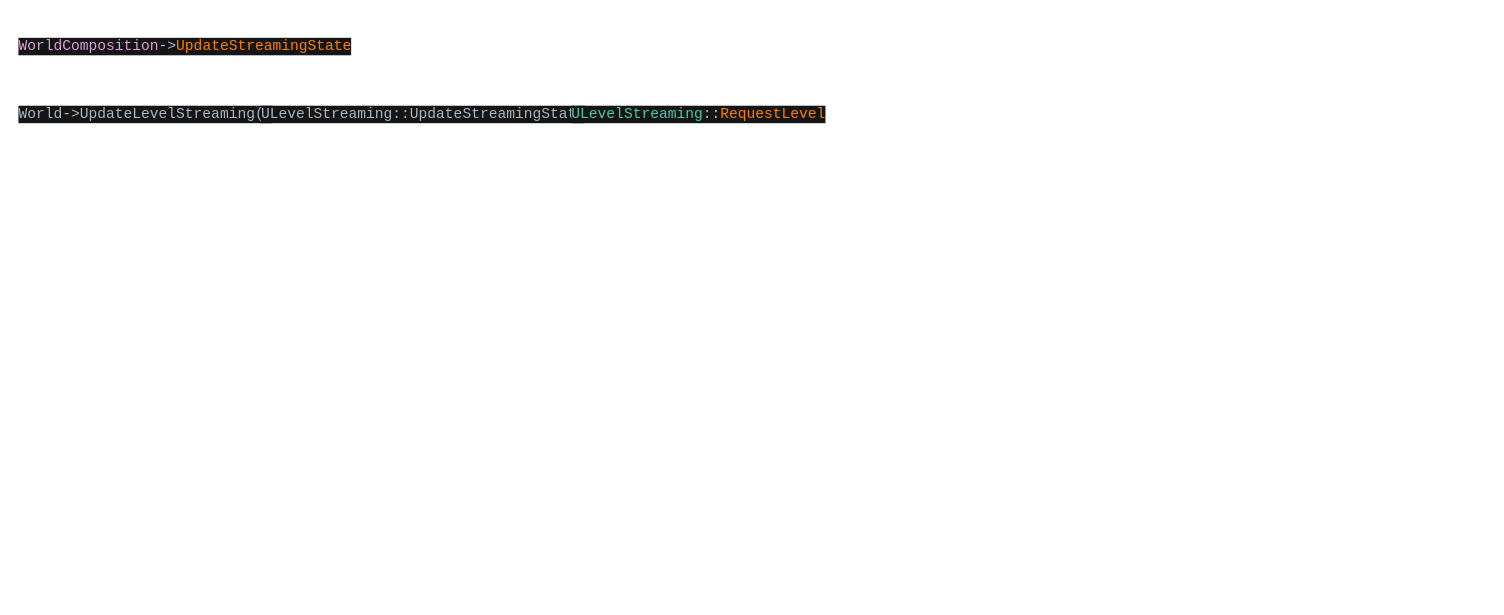
Earlier version of the draw.io diagram page "LevelStreaming" (2 of 3) of EngineLoop.drawio (stellarnull/drawio). Source tidied: cells renumbered, new cells numbered last; positions are measured from the earlier drawing's top-left corner, leaving out a move shared by most shapes. Both pictures are drawn from the tidied source at 97%, with x=0, y=0 at pixel (16, 16).
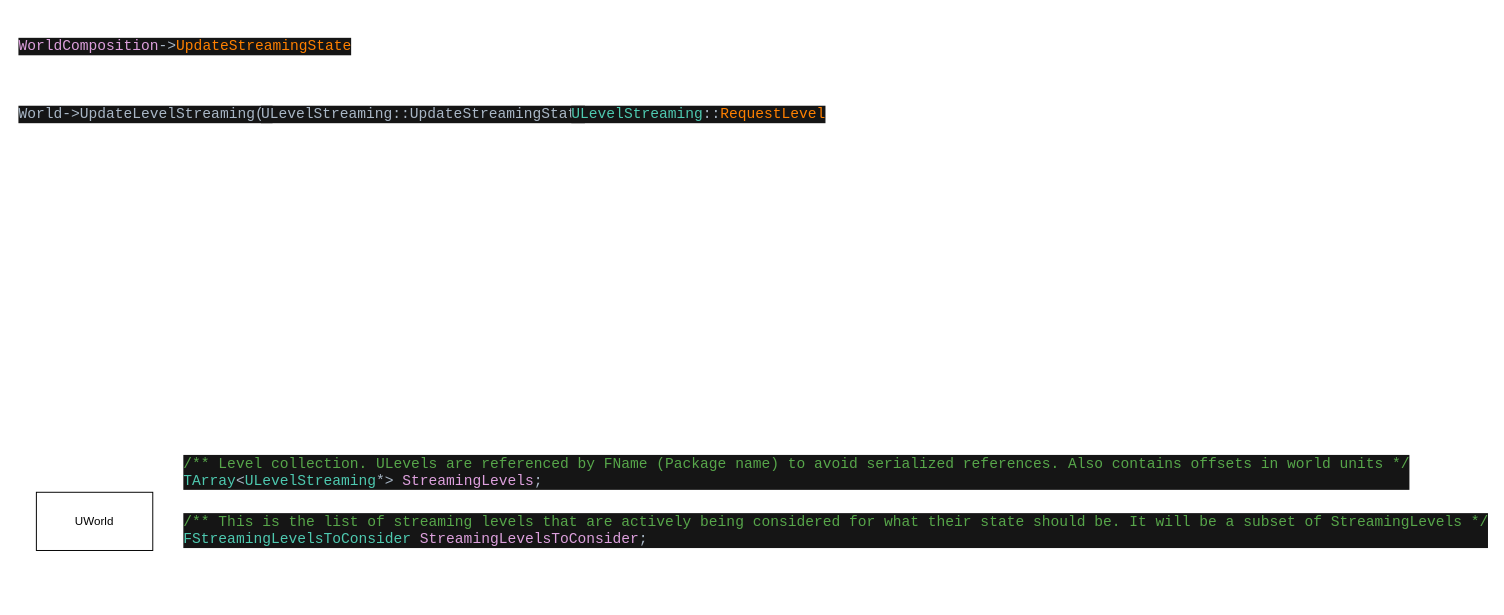
The same page after the edit.

Diff of the diagram source:
```diff
@@
 <mxGraphModel>
   <root>
     <mxCell id="0" />
     <mxCell id="1" parent="0" />
     <mxCell id="2" value="&lt;pre style=&quot;background-color:#151515;color:#a9b7c6;font-family:'Consolas',monospace;font-size:11.3pt;&quot;&gt;&lt;span style=&quot;color:#dda0dd;&quot;&gt;WorldComposition&lt;/span&gt;-&amp;gt;&lt;span style=&quot;color:#ff8000;&quot;&gt;UpdateStreamingState&lt;/span&gt;&lt;/pre&gt;" style="text;whiteSpace=wrap;html=1;" parent="1" vertex="1">
       <mxGeometry width="350" height="70" as="geometry" />
     </mxCell>
     <mxCell id="3" value="&lt;pre style=&quot;background-color:#151515;color:#a9b7c6;font-family:'Consolas',monospace;font-size:11.3pt;&quot;&gt;World-&amp;gt;UpdateLevelStreaming()&lt;/pre&gt;" style="text;whiteSpace=wrap;html=1;" parent="1" vertex="1">
       <mxGeometry y="70" width="270" height="70" as="geometry" />
     </mxCell>
     <mxCell id="4" value="&lt;pre style=&quot;background-color:#151515;color:#a9b7c6;font-family:'Consolas',monospace;font-size:11.3pt;&quot;&gt;ULevelStreaming::UpdateStreamingState&lt;/pre&gt;" style="text;whiteSpace=wrap;html=1;" parent="1" vertex="1">
       <mxGeometry x="250" y="70" width="340" height="70" as="geometry" />
     </mxCell>
     <mxCell id="5" value="&lt;pre style=&quot;background-color:#151515;color:#a9b7c6;font-family:'Consolas',monospace;font-size:11.3pt;&quot;&gt;&lt;span style=&quot;color:#4ec9b0;&quot;&gt;ULevelStreaming&lt;/span&gt;::&lt;span style=&quot;color:#ff8000;&quot;&gt;RequestLevel&lt;/span&gt;&lt;/pre&gt;" style="text;whiteSpace=wrap;html=1;" parent="1" vertex="1">
       <mxGeometry x="570" y="70" width="270" height="70" as="geometry" />
     </mxCell>
+    <mxCell id="6" value="UWorld" style="rounded=0;whiteSpace=wrap;html=1;" parent="1" vertex="1">
+      <mxGeometry x="20" y="490" width="120" height="60" as="geometry" />
+    </mxCell>
+    <mxCell id="7" value="&lt;pre style=&quot;background-color:#151515;color:#a9b7c6;font-family:'Consolas',monospace;font-size:11.3pt;&quot;&gt;&lt;pre style=&quot;font-family: Consolas, monospace; font-size: 11.3pt;&quot;&gt;&lt;span style=&quot;color:#57a64a;&quot;&gt;/** Level collection. ULevels are referenced by FName (Package name) to avoid serialized references. Also contains offsets in world units */&lt;/span&gt;&lt;br&gt;&lt;span style=&quot;color:#4ec9b0;&quot;&gt;TArray&lt;/span&gt;&amp;lt;&lt;span style=&quot;color:#4ec9b0;&quot;&gt;ULevelStreaming&lt;/span&gt;*&amp;gt; &lt;span style=&quot;color:#dda0dd;&quot;&gt;StreamingLevels&lt;/span&gt;;&lt;/pre&gt;&lt;/pre&gt;" style="text;whiteSpace=wrap;html=1;" parent="1" vertex="1">
+      <mxGeometry x="170" y="430" width="380" height="60" as="geometry" />
+    </mxCell>
+    <mxCell id="8" value="&lt;pre style=&quot;background-color:#151515;color:#a9b7c6;font-family:'Consolas',monospace;font-size:11.3pt;&quot;&gt;&lt;span style=&quot;color:#57a64a;&quot;&gt;/** This is the list of streaming levels that are actively being considered for what their state should be. It will be a subset of StreamingLevels */&lt;/span&gt;&lt;br&gt;&lt;span style=&quot;color:#4ec9b0;&quot;&gt;FStreamingLevelsToConsider &lt;/span&gt;&lt;span style=&quot;color:#dda0dd;&quot;&gt;StreamingLevelsToConsider&lt;/span&gt;;&lt;/pre&gt;" style="text;whiteSpace=wrap;html=1;" parent="1" vertex="1">
+      <mxGeometry x="170" y="490" width="560" height="110" as="geometry" />
+    </mxCell>
   </root>
 </mxGraphModel>
```
